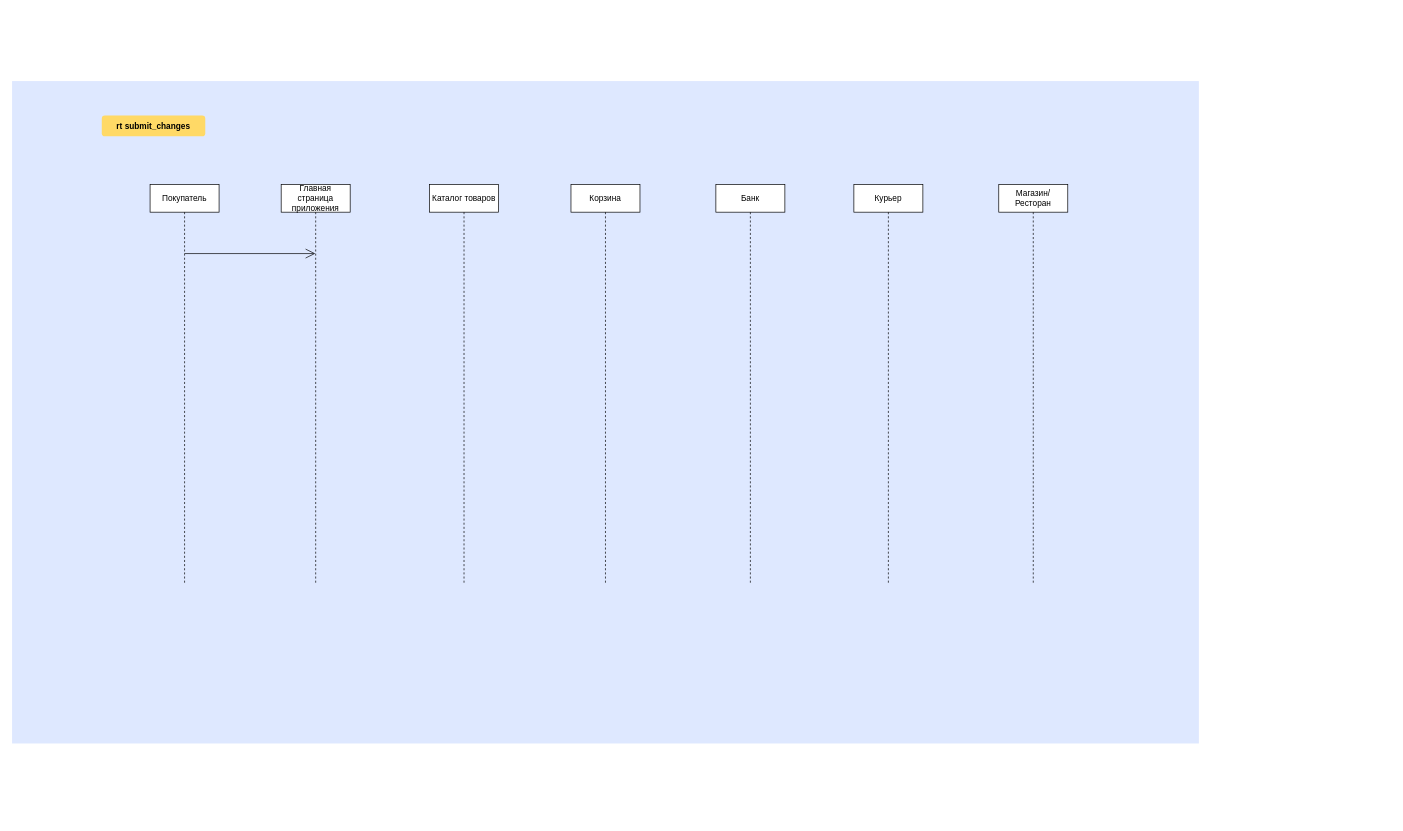
This is Диаграмма без названия.drawio from vasslin/Programming-Technologies-3, a draw.io file, before an edit. Source tidied: cells renumbered, new cells numbered last; positions are measured from the earlier drawing's top-left corner, leaving out a move shared by most shapes. Both pictures are drawn from the tidied source at 69%, with x=0, y=0 at pixel (12, 81).
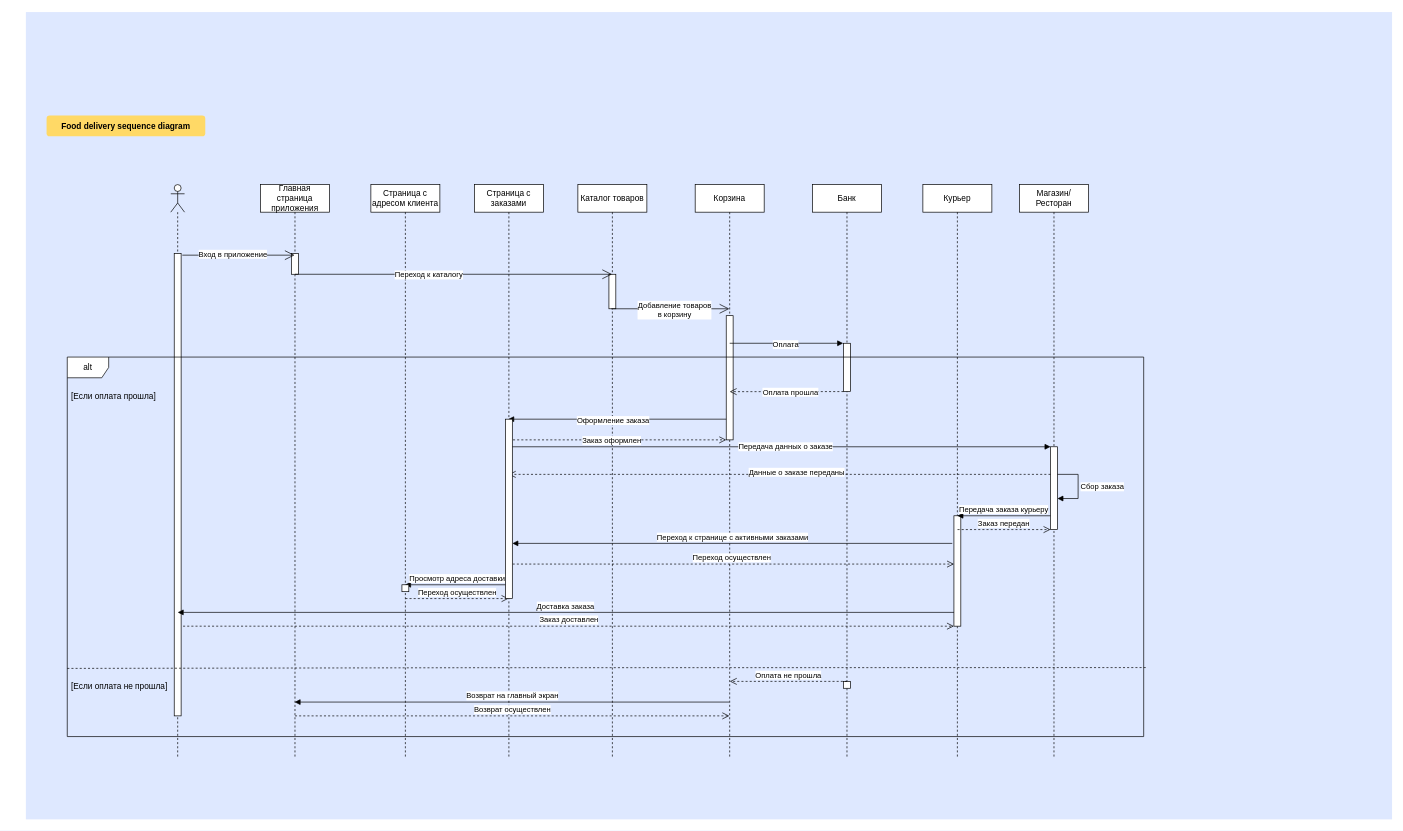
Above is the later version.

Diff of the diagram source:
```diff
@@
     <mxCell id="2" style="fillColor=#DEE8FF;strokeColor=none;" parent="1" vertex="1">
-      <mxGeometry width="1720" height="960" as="geometry" />
+      <mxGeometry x="20" y="-100" width="1980" height="1170" as="geometry" />
     </mxCell>
-    <mxCell id="3" value="rt submit_changes" style="rounded=1;fontStyle=1;fillColor=#FFD966;strokeColor=none;" parent="1" vertex="1">
-      <mxGeometry x="130" y="50" width="150" height="30" as="geometry" />
+    <mxCell id="3" value="Food delivery sequence diagram" style="rounded=1;fontStyle=1;fillColor=#FFD966;strokeColor=none;" parent="1" vertex="1">
+      <mxGeometry x="50" y="50" width="230" height="30" as="geometry" />
     </mxCell>
-    <mxCell id="4" value="Покупатель" style="shape=umlLifeline;perimeter=lifelinePerimeter;whiteSpace=wrap;html=1;newEdgeStyle={&quot;curved&quot;:0,&quot;rounded&quot;:0};" parent="1" vertex="1">
-      <mxGeometry x="200" y="150" width="100" height="580" as="geometry" />
-    </mxCell>
     <mxCell id="5" value="Главная страница приложения" style="shape=umlLifeline;perimeter=lifelinePerimeter;whiteSpace=wrap;html=1;outlineConnect=0;portConstraint=eastwest;newEdgeStyle={&quot;curved&quot;:0,&quot;rounded&quot;:0};" parent="1" vertex="1">
-      <mxGeometry x="390" y="150" width="100" height="580" as="geometry" />
+      <mxGeometry x="360" y="150" width="100" height="830" as="geometry" />
     </mxCell>
+    <mxCell id="12" style="html=1;perimeter=orthogonalPerimeter;targetShapes=umlLifeline;newEdgeStyle={&quot;curved&quot;:0,&quot;rounded&quot;:0};" parent="5" vertex="1">
+      <mxGeometry x="45" y="100" width="10" height="30" as="geometry" />
+    </mxCell>
     <mxCell id="6" value="Каталог товаров" style="shape=umlLifeline;perimeter=lifelinePerimeter;whiteSpace=wrap;html=1;outlineConnect=0;portConstraint=eastwest;newEdgeStyle={&quot;curved&quot;:0,&quot;rounded&quot;:0};" parent="1" vertex="1">
-      <mxGeometry x="605" y="150" width="100" height="580" as="geometry" />
+      <mxGeometry x="820" y="150" width="100" height="830" as="geometry" />
     </mxCell>
+    <mxCell id="13" style="html=1;perimeter=orthogonalPerimeter;targetShapes=umlLifeline;newEdgeStyle={&quot;curved&quot;:0,&quot;rounded&quot;:0};" parent="6" vertex="1">
+      <mxGeometry x="45" y="130" width="10" height="50" as="geometry" />
+    </mxCell>
     <mxCell id="7" value="Корзина" style="shape=umlLifeline;perimeter=lifelinePerimeter;whiteSpace=wrap;html=1;outlineConnect=0;portConstraint=eastwest;newEdgeStyle={&quot;curved&quot;:0,&quot;rounded&quot;:0};" parent="1" vertex="1">
-      <mxGeometry x="810" y="150" width="100" height="580" as="geometry" />
+      <mxGeometry x="990" y="150" width="100" height="830" as="geometry" />
     </mxCell>
+    <mxCell id="14" style="html=1;points=[[0,0,0,0,5],[0,1,0,0,-5],[1,0,0,0,5],[1,1,0,0,-5]];perimeter=orthogonalPerimeter;outlineConnect=0;targetShapes=umlLifeline;portConstraint=eastwest;newEdgeStyle={&quot;curved&quot;:0,&quot;rounded&quot;:0};" parent="7" vertex="1">
+      <mxGeometry x="45" y="190" width="10" height="180" as="geometry" />
+    </mxCell>
     <mxCell id="8" value="Банк" style="shape=umlLifeline;perimeter=lifelinePerimeter;whiteSpace=wrap;html=1;newEdgeStyle={&quot;curved&quot;:0,&quot;rounded&quot;:0};" parent="1" vertex="1">
-      <mxGeometry x="1020" y="150" width="100" height="580" as="geometry" />
+      <mxGeometry x="1160" y="150" width="100" height="830" as="geometry" />
     </mxCell>
+    <mxCell id="15" style="html=1;perimeter=orthogonalPerimeter;targetShapes=umlLifeline;newEdgeStyle={&quot;curved&quot;:0,&quot;rounded&quot;:0};" parent="8" vertex="1">
+      <mxGeometry x="45" y="230" width="10" height="70" as="geometry" />
+    </mxCell>
+    <mxCell id="16" style="html=1;perimeter=orthogonalPerimeter;targetShapes=umlLifeline;newEdgeStyle={&quot;curved&quot;:0,&quot;rounded&quot;:0};" parent="8" vertex="1">
+      <mxGeometry x="45" y="720" width="10" height="10" as="geometry" />
+    </mxCell>
     <mxCell id="9" value="Курьер" style="shape=umlLifeline;perimeter=lifelinePerimeter;whiteSpace=wrap;html=1;newEdgeStyle={&quot;curved&quot;:0,&quot;rounded&quot;:0};" parent="1" vertex="1">
-      <mxGeometry x="1220" y="150" width="100" height="580" as="geometry" />
+      <mxGeometry x="1320" y="150" width="100" height="830" as="geometry" />
     </mxCell>
+    <mxCell id="17" style="html=1;points=[[0,0,0,0,5],[0,1,0,0,-5],[1,0,0,0,5],[1,1,0,0,-5]];perimeter=orthogonalPerimeter;outlineConnect=0;targetShapes=umlLifeline;portConstraint=eastwest;newEdgeStyle={&quot;curved&quot;:0,&quot;rounded&quot;:0};" parent="9" vertex="1">
+      <mxGeometry x="45" y="480" width="10" height="160" as="geometry" />
+    </mxCell>
     <mxCell id="10" value="Магазин/Ресторан" style="shape=umlLifeline;perimeter=lifelinePerimeter;whiteSpace=wrap;html=1;newEdgeStyle={&quot;curved&quot;:0,&quot;rounded&quot;:0};" parent="1" vertex="1">
-      <mxGeometry x="1430" y="150" width="100" height="580" as="geometry" />
+      <mxGeometry x="1460" y="150" width="100" height="830" as="geometry" />
     </mxCell>
+    <mxCell id="18" style="html=1;points=[[0,0,0,0,5],[0,1,0,0,-5],[1,0,0,0,5],[1,1,0,0,-5]];perimeter=orthogonalPerimeter;outlineConnect=0;targetShapes=umlLifeline;portConstraint=eastwest;newEdgeStyle={&quot;curved&quot;:0,&quot;rounded&quot;:0};" parent="10" vertex="1">
+      <mxGeometry x="45" y="380" width="10" height="120" as="geometry" />
+    </mxCell>
+    <mxCell id="19" value="Сбор заказа" style="html=1;align=left;spacingLeft=2;endArrow=block;rounded=0;edgeStyle=orthogonalEdgeStyle;curved=0;rounded=0;" parent="10" edge="1" target="18">
+      <mxGeometry relative="1" as="geometry">
+        <mxPoint x="55" y="420" as="sourcePoint" />
+        <Array as="points">
+          <mxPoint x="85" y="420" />
+          <mxPoint x="85" y="455" />
+        </Array>
+      </mxGeometry>
+    </mxCell>
-    <mxCell id="11" style="endArrow=open;endFill=1;endSize=12;html=1;rounded=0;" parent="1" edge="1" target="5">
+    <mxCell id="11" style="endArrow=open;endFill=1;endSize=12;html=1;rounded=0;exitX=0.056;exitY=1.242;exitDx=0;exitDy=0;exitPerimeter=0;" parent="1" edge="1" target="5">
       <mxGeometry relative="1" as="geometry">
-        <mxPoint x="250" y="250" as="sourcePoint" />
+        <mxPoint x="246.7" y="252.3" as="sourcePoint" />
       </mxGeometry>
     </mxCell>
+    <mxCell id="20" value="Вход в приложение" style="edgeLabel;html=1;align=center;verticalAlign=middle;" parent="11" vertex="1">
+      <mxGeometry x="-0.49" y="-3" relative="1" as="geometry">
+        <mxPoint x="31" y="-5" as="offset" />
+      </mxGeometry>
+    </mxCell>
+    <mxCell id="21" style="shape=umlLifeline;perimeter=lifelinePerimeter;whiteSpace=wrap;html=1;newEdgeStyle={&quot;curved&quot;:0,&quot;rounded&quot;:0};participant=umlActor;" parent="1" vertex="1">
+      <mxGeometry x="230" y="150" width="20" height="830" as="geometry" />
+    </mxCell>
+    <mxCell id="22" style="html=1;perimeter=orthogonalPerimeter;targetShapes=umlLifeline;newEdgeStyle={&quot;curved&quot;:0,&quot;rounded&quot;:0};" parent="21" vertex="1">
+      <mxGeometry x="5" y="100" width="10" height="670" as="geometry" />
+    </mxCell>
+    <mxCell id="23" value="Страница с адресом клиента" style="shape=umlLifeline;perimeter=lifelinePerimeter;whiteSpace=wrap;html=1;outlineConnect=0;portConstraint=eastwest;newEdgeStyle={&quot;curved&quot;:0,&quot;rounded&quot;:0};" parent="1" vertex="1">
+      <mxGeometry x="520" y="150" width="100" height="830" as="geometry" />
+    </mxCell>
+    <mxCell id="24" style="endArrow=open;endFill=1;endSize=12;html=1;rounded=0;" parent="1" edge="1" target="6">
+      <mxGeometry relative="1" as="geometry">
+        <mxPoint x="410" y="280" as="sourcePoint" />
+      </mxGeometry>
+    </mxCell>
+    <mxCell id="25" value="Переход к каталогу" style="edgeLabel;html=1;align=center;verticalAlign=middle;" parent="24" vertex="1">
+      <mxGeometry x="-0.16" relative="1" as="geometry" />
+    </mxCell>
+    <mxCell id="26" style="endArrow=open;endFill=1;endSize=12;html=1;rounded=0;" parent="1" edge="1">
+      <mxGeometry relative="1" as="geometry">
+        <mxPoint x="868.5" y="330" as="sourcePoint" />
+        <mxPoint x="1039.5" y="330" as="targetPoint" />
+      </mxGeometry>
+    </mxCell>
+    <mxCell id="27" value="Добавление товаров&lt;div&gt;в корзину&lt;/div&gt;" style="edgeLabel;html=1;align=center;verticalAlign=middle;" parent="26" vertex="1">
+      <mxGeometry x="0.06" y="-1" relative="1" as="geometry" />
+    </mxCell>
+    <mxCell id="28" style="html=1;verticalAlign=bottom;endArrow=block;curved=0;rounded=0;" parent="1" edge="1">
+      <mxGeometry relative="1" as="geometry">
+        <mxPoint x="1040" y="380" as="sourcePoint" />
+        <mxPoint x="1204.5" y="380" as="targetPoint" />
+      </mxGeometry>
+    </mxCell>
+    <mxCell id="29" value="Оплата" style="edgeLabel;html=1;align=center;verticalAlign=middle;" parent="28" vertex="1">
+      <mxGeometry x="-0.03" y="-1" relative="1" as="geometry" />
+    </mxCell>
+    <mxCell id="30" value="alt" style="shape=umlFrame;whiteSpace=wrap;html=1;" parent="1" vertex="1">
+      <mxGeometry x="80" y="400" width="1560" height="550" as="geometry" />
+    </mxCell>
+    <mxCell id="31" style="endArrow=none;dashed=1;html=1;rounded=0;exitX=-0.003;exitY=0.5;exitDx=0;exitDy=0;exitPerimeter=0;entryX=1;entryY=0.497;entryDx=0;entryDy=0;entryPerimeter=0;" parent="1" edge="1">
+      <mxGeometry relative="1" as="geometry">
+        <mxPoint x="80" y="851.2" as="sourcePoint" />
+        <mxPoint x="1644.7" y="850" as="targetPoint" />
+        <Array as="points">
+          <mxPoint x="674.7" y="850.2" />
+        </Array>
+      </mxGeometry>
+    </mxCell>
+    <mxCell id="32" value="[Если оплата прошла]" style="text;strokeColor=none;fillColor=none;align=left;verticalAlign=middle;spacingTop=-1;spacingLeft=4;spacingRight=4;labelPosition=right;" parent="1" vertex="1">
+      <mxGeometry x="80" y="450" height="14" as="geometry" />
+    </mxCell>
+    <mxCell id="33" value="[Если оплата не прошла]" style="text;strokeColor=none;fillColor=none;align=left;verticalAlign=middle;spacingTop=-1;spacingLeft=4;spacingRight=4;labelPosition=right;" parent="1" vertex="1">
+      <mxGeometry x="60" y="870" width="20" height="14" as="geometry" />
+    </mxCell>
+    <mxCell id="34" style="html=1;verticalAlign=bottom;endArrow=open;dashed=1;endSize=8;curved=0;rounded=0;exitX=0.5;exitY=0.195;exitDx=0;exitDy=0;exitPerimeter=0;" parent="1" edge="1">
+      <mxGeometry relative="1" as="geometry">
+        <mxPoint x="1205" y="450" as="sourcePoint" />
+        <mxPoint x="1040" y="450.1" as="targetPoint" />
+        <Array as="points">
+          <mxPoint x="1105" y="450.1" />
+        </Array>
+      </mxGeometry>
+    </mxCell>
+    <mxCell id="35" value="Оплата прошла" style="edgeLabel;html=1;align=center;verticalAlign=middle;" parent="34" vertex="1">
+      <mxGeometry x="-0.06" relative="1" as="geometry" />
+    </mxCell>
+    <mxCell id="36" style="text;strokeColor=none;fillColor=none;align=left;verticalAlign=middle;spacingTop=-1;spacingLeft=4;spacingRight=4;labelPosition=right;" parent="1" vertex="1">
+      <mxGeometry x="780" y="530" width="20" height="14" as="geometry" />
+    </mxCell>
+    <mxCell id="37" value="Страница с заказами" style="shape=umlLifeline;perimeter=lifelinePerimeter;whiteSpace=wrap;html=1;outlineConnect=0;portConstraint=eastwest;newEdgeStyle={&quot;curved&quot;:0,&quot;rounded&quot;:0};" parent="1" vertex="1">
+      <mxGeometry x="670" y="150" width="100" height="830" as="geometry" />
+    </mxCell>
+    <mxCell id="38" style="html=1;verticalAlign=bottom;endArrow=block;curved=0;rounded=0;" parent="1" edge="1">
+      <mxGeometry relative="1" as="geometry">
+        <mxPoint x="1035" y="490" as="sourcePoint" />
+        <mxPoint x="719" y="490" as="targetPoint" />
+      </mxGeometry>
+    </mxCell>
+    <mxCell id="39" value="Оформление заказа" style="edgeLabel;html=1;align=center;verticalAlign=middle;" parent="38" vertex="1">
+      <mxGeometry x="0.15" y="1" relative="1" as="geometry">
+        <mxPoint x="17" as="offset" />
+      </mxGeometry>
+    </mxCell>
+    <mxCell id="40" style="html=1;verticalAlign=bottom;endArrow=open;dashed=1;endSize=8;curved=0;rounded=0;" parent="1" edge="1" target="14">
+      <mxGeometry relative="1" as="geometry">
+        <mxPoint x="720" y="520" as="sourcePoint" />
+      </mxGeometry>
+    </mxCell>
+    <mxCell id="41" value="Заказ оформлен" style="edgeLabel;html=1;align=center;verticalAlign=middle;" parent="40" vertex="1">
+      <mxGeometry x="-0.3" y="1" relative="1" as="geometry">
+        <mxPoint x="38" y="1" as="offset" />
+      </mxGeometry>
+    </mxCell>
+    <mxCell id="42" style="text;strokeColor=none;fillColor=none;align=left;verticalAlign=middle;spacingTop=-1;spacingLeft=4;spacingRight=4;labelPosition=right;" parent="1" vertex="1">
+      <mxGeometry x="900" y="530" width="20" height="14" as="geometry" />
+    </mxCell>
+    <mxCell id="43" style="html=1;verticalAlign=bottom;endArrow=block;curved=0;rounded=0;" parent="1" edge="1">
+      <mxGeometry relative="1" as="geometry">
+        <mxPoint x="720.4" y="530" as="sourcePoint" />
+        <mxPoint x="1505" y="530" as="targetPoint" />
+      </mxGeometry>
+    </mxCell>
+    <mxCell id="44" value="Передача данных о заказе" style="edgeLabel;html=1;align=center;verticalAlign=middle;" parent="43" vertex="1">
+      <mxGeometry x="0.02" y="1" relative="1" as="geometry" />
+    </mxCell>
+    <mxCell id="45" style="html=1;verticalAlign=bottom;endArrow=open;dashed=1;endSize=8;curved=0;rounded=0;" parent="1" edge="1" source="18">
+      <mxGeometry relative="1" as="geometry">
+        <mxPoint x="719.8" y="570" as="targetPoint" />
+      </mxGeometry>
+    </mxCell>
+    <mxCell id="46" value="Данные о заказе переданы" style="edgeLabel;html=1;align=center;verticalAlign=middle;" parent="45" vertex="1">
+      <mxGeometry x="-0.06" y="-4" relative="1" as="geometry" />
+    </mxCell>
+    <mxCell id="47" value="Передача заказа курьеру" style="html=1;verticalAlign=bottom;endArrow=block;curved=0;rounded=0;" parent="1" edge="1" source="18">
+      <mxGeometry relative="1" as="geometry">
+        <mxPoint x="1370" y="630" as="targetPoint" />
+      </mxGeometry>
+    </mxCell>
+    <mxCell id="48" value="Заказ передан" style="html=1;verticalAlign=bottom;endArrow=open;dashed=1;endSize=8;curved=0;rounded=0;" parent="1" edge="1">
+      <mxGeometry relative="1" as="geometry">
+        <mxPoint x="1370.2" y="650" as="sourcePoint" />
+        <mxPoint x="1505" y="650" as="targetPoint" />
+      </mxGeometry>
+    </mxCell>
+    <mxCell id="49" value="Переход к странице с активными заказами" style="html=1;verticalAlign=bottom;endArrow=block;curved=0;rounded=0;" parent="1" edge="1" target="55">
+      <mxGeometry relative="1" as="geometry">
+        <mxPoint x="1362.6" y="670" as="sourcePoint" />
+      </mxGeometry>
+    </mxCell>
+    <mxCell id="50" value="Переход осуществлен" style="html=1;verticalAlign=bottom;endArrow=open;dashed=1;endSize=8;curved=0;rounded=0;" parent="1" edge="1" source="37">
+      <mxGeometry relative="1" as="geometry">
+        <mxPoint x="1365.1" y="700" as="targetPoint" />
+      </mxGeometry>
+    </mxCell>
+    <mxCell id="51" value="Просмотр адреса доставки" style="html=1;verticalAlign=bottom;endArrow=block;curved=0;rounded=0;" parent="1" edge="1" target="23">
+      <mxGeometry relative="1" as="geometry">
+        <mxPoint x="719.5" y="730" as="sourcePoint" />
+      </mxGeometry>
+    </mxCell>
+    <mxCell id="52" value="Переход осуществлен" style="html=1;verticalAlign=bottom;endArrow=open;dashed=1;endSize=8;curved=0;rounded=0;" parent="1" edge="1">
+      <mxGeometry relative="1" as="geometry">
+        <mxPoint x="570" y="750" as="sourcePoint" />
+        <mxPoint x="719.5" y="750" as="targetPoint" />
+      </mxGeometry>
+    </mxCell>
+    <mxCell id="53" value="Доставка заказа" style="html=1;verticalAlign=bottom;endArrow=block;curved=0;rounded=0;" parent="1" edge="1" source="17">
+      <mxGeometry relative="1" as="geometry">
+        <mxPoint x="240" y="770" as="targetPoint" />
+      </mxGeometry>
+    </mxCell>
+    <mxCell id="54" value="Заказ доставлен" style="html=1;verticalAlign=bottom;endArrow=open;dashed=1;endSize=8;curved=0;rounded=0;" parent="1" edge="1" target="17">
+      <mxGeometry relative="1" as="geometry">
+        <mxPoint x="247.8" y="790" as="sourcePoint" />
+      </mxGeometry>
+    </mxCell>
+    <mxCell id="55" style="html=1;points=[[0,0,0,0,5],[0,1,0,0,-5],[1,0,0,0,5],[1,1,0,0,-5]];perimeter=orthogonalPerimeter;outlineConnect=0;targetShapes=umlLifeline;portConstraint=eastwest;newEdgeStyle={&quot;curved&quot;:0,&quot;rounded&quot;:0};" parent="1" vertex="1">
+      <mxGeometry x="715" y="490" width="10" height="260" as="geometry" />
+    </mxCell>
+    <mxCell id="56" style="html=1;perimeter=orthogonalPerimeter;targetShapes=umlLifeline;newEdgeStyle={&quot;curved&quot;:0,&quot;rounded&quot;:0};" parent="1" vertex="1">
+      <mxGeometry x="565" y="730" width="10" height="10" as="geometry" />
+    </mxCell>
+    <mxCell id="57" value="Оплата не прошла" style="html=1;verticalAlign=bottom;endArrow=open;dashed=1;endSize=8;curved=0;rounded=0;" parent="1" edge="1">
+      <mxGeometry relative="1" as="geometry">
+        <mxPoint x="1210" y="870" as="sourcePoint" />
+        <mxPoint x="1040.2" y="870" as="targetPoint" />
+      </mxGeometry>
+    </mxCell>
+    <mxCell id="58" value="Возврат на главный экран" style="html=1;verticalAlign=bottom;endArrow=block;curved=0;rounded=0;" parent="1" edge="1">
+      <mxGeometry relative="1" as="geometry">
+        <mxPoint x="1039.5" y="900" as="sourcePoint" />
+        <mxPoint x="409.4" y="900" as="targetPoint" />
+      </mxGeometry>
+    </mxCell>
+    <mxCell id="59" value="Возврат осуществлен" style="html=1;verticalAlign=bottom;endArrow=open;dashed=1;endSize=8;curved=0;rounded=0;" parent="1" edge="1" target="7">
+      <mxGeometry relative="1" as="geometry">
+        <mxPoint x="410" y="920" as="sourcePoint" />
+      </mxGeometry>
+    </mxCell>
```
